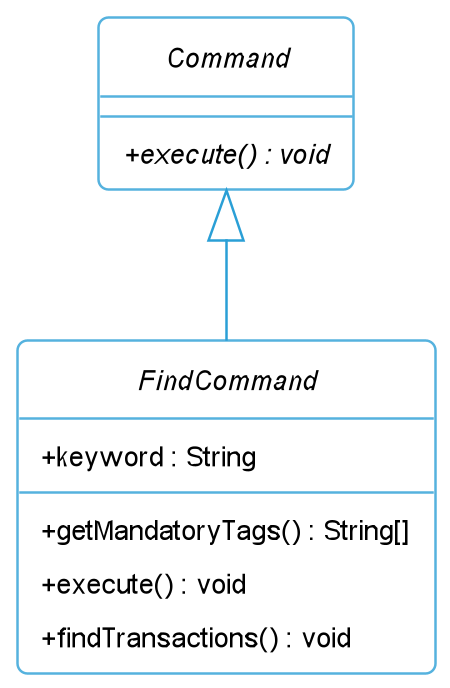
Before: docs/images/FindCommandClassDiagram.png, a diagram exported from PlantUML (nus-cs2113-AY2223S1/tp).
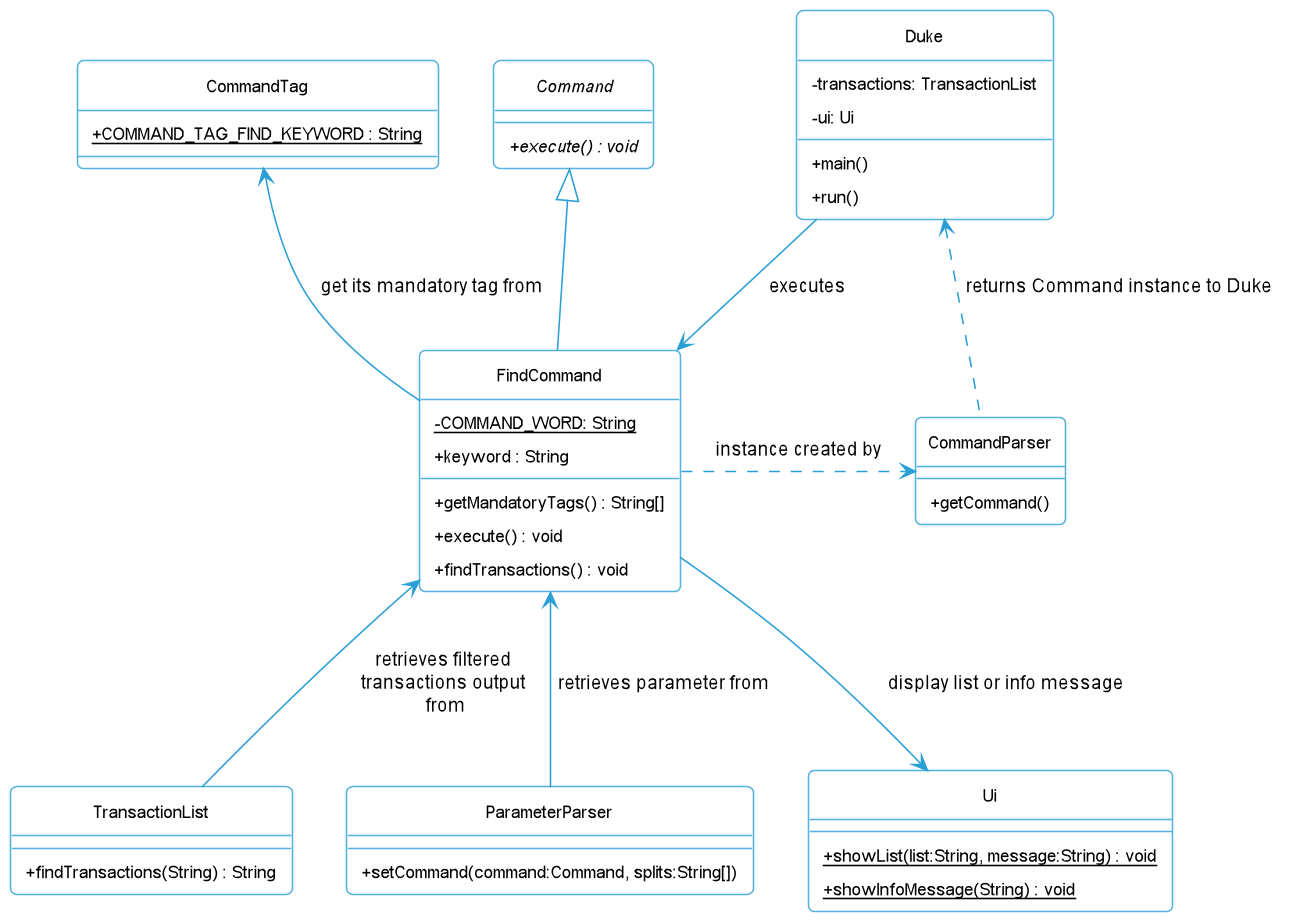
Later version of the same file.

The edit, as a diff of the source:
```diff
@@ -1,20 +1,54 @@
 @startuml
 !include Style.puml
-abstract class "Command"{
+
+class TransactionList {
+    + findTransactions(String) : String
+}
+
+abstract class Command {
     + execute() : void {abstract}
 }
 
-abstract class "FindCommand"{
+class CommandTag {
+    + COMMAND_TAG_FIND_KEYWORD {static}: String
+}
+
+class FindCommand {
+    - COMMAND_WORD: String {static}
     + keyword : String
     + getMandatoryTags() : String[]
     + execute() : void
     + findTransactions() : void
 }
 
+class CommandParser{
+    +getCommand()
+}
 
+class ParameterParser{
+    +setCommand(command:Command, splits:String[])
+}
+
+class Duke{
+    - transactions: TransactionList
+    - ui: Ui
+    + main()
+    + run()
+}
+
+class Ui{
+    + showList(list:String, message:String) : void {static}
+    + showInfoMessage(String) : void {static}
+}
 
 FindCommand -up-|> "Command"
 
-
+Duke <.. CommandParser: returns Command instance to Duke
+FindCommand --> Ui : display list or info message
+FindCommand .right.> CommandParser: instance created by
+FindCommand <-- ParameterParser: retrieves parameter from
+FindCommand <-- TransactionList: retrieves filtered \ntransactions output \nfrom
+FindCommand -up-> CommandTag: get its mandatory tag from
+FindCommand <-left- Duke: executes
 
 @enduml
```
